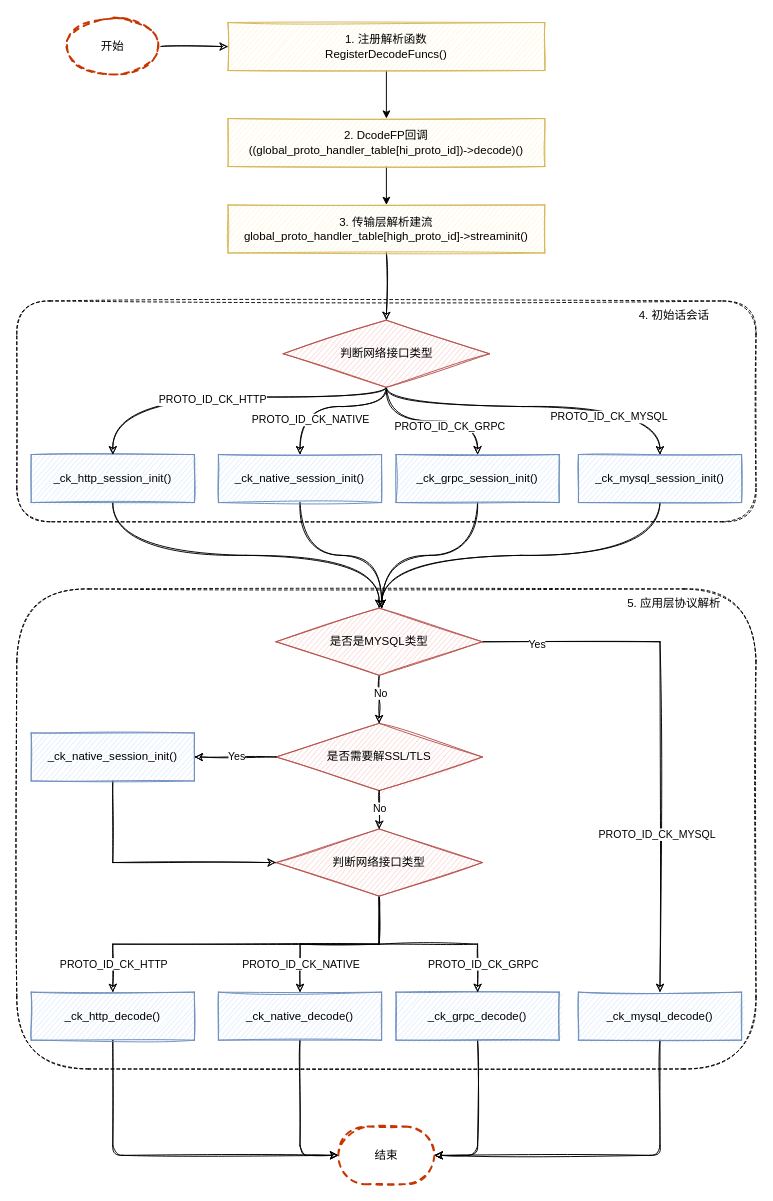
This is ck parse progess.drawio from leonce28/draw-io-img, a draw.io file, before an edit. Source tidied: cells renumbered, new cells numbered last; positions are measured from the earlier drawing's top-left corner, leaving out a move shared by most shapes. Both pictures are drawn from the tidied source at 96%, with x=0, y=0 at pixel (16, 17).
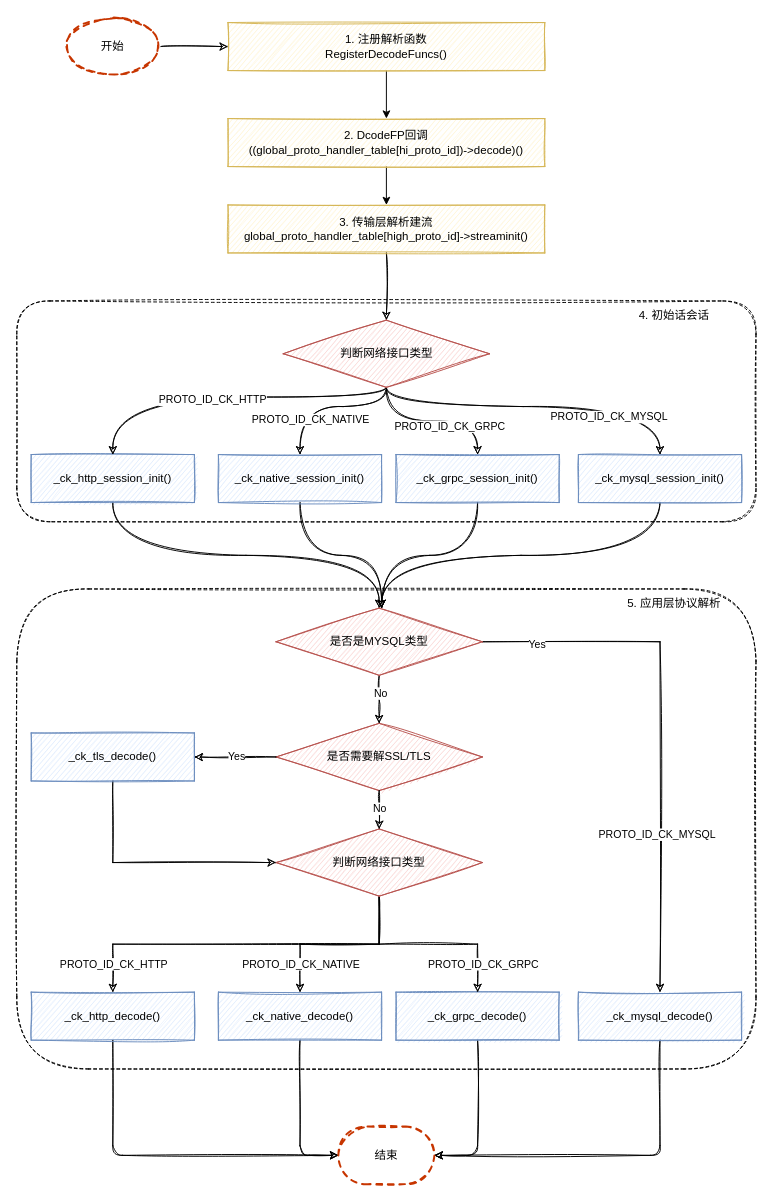
After the change.

Change to the diagram source:
```diff
@@
-    <mxCell id="55" value="_ck_native_session_init()" style="rounded=0;whiteSpace=wrap;html=1;fillStyle=auto;fillColor=#dae8fc;gradientDirection=north;sketch=1;strokeColor=#6c8ebf;" parent="1" vertex="1">
+    <mxCell id="55" value="_ck_tls_decode()" style="rounded=0;whiteSpace=wrap;html=1;fillStyle=auto;fillColor=#dae8fc;gradientDirection=north;sketch=1;strokeColor=#6c8ebf;" parent="1" vertex="1">
       <mxGeometry x="15" y="745" width="170" height="50" as="geometry" />
     </mxCell>
```
